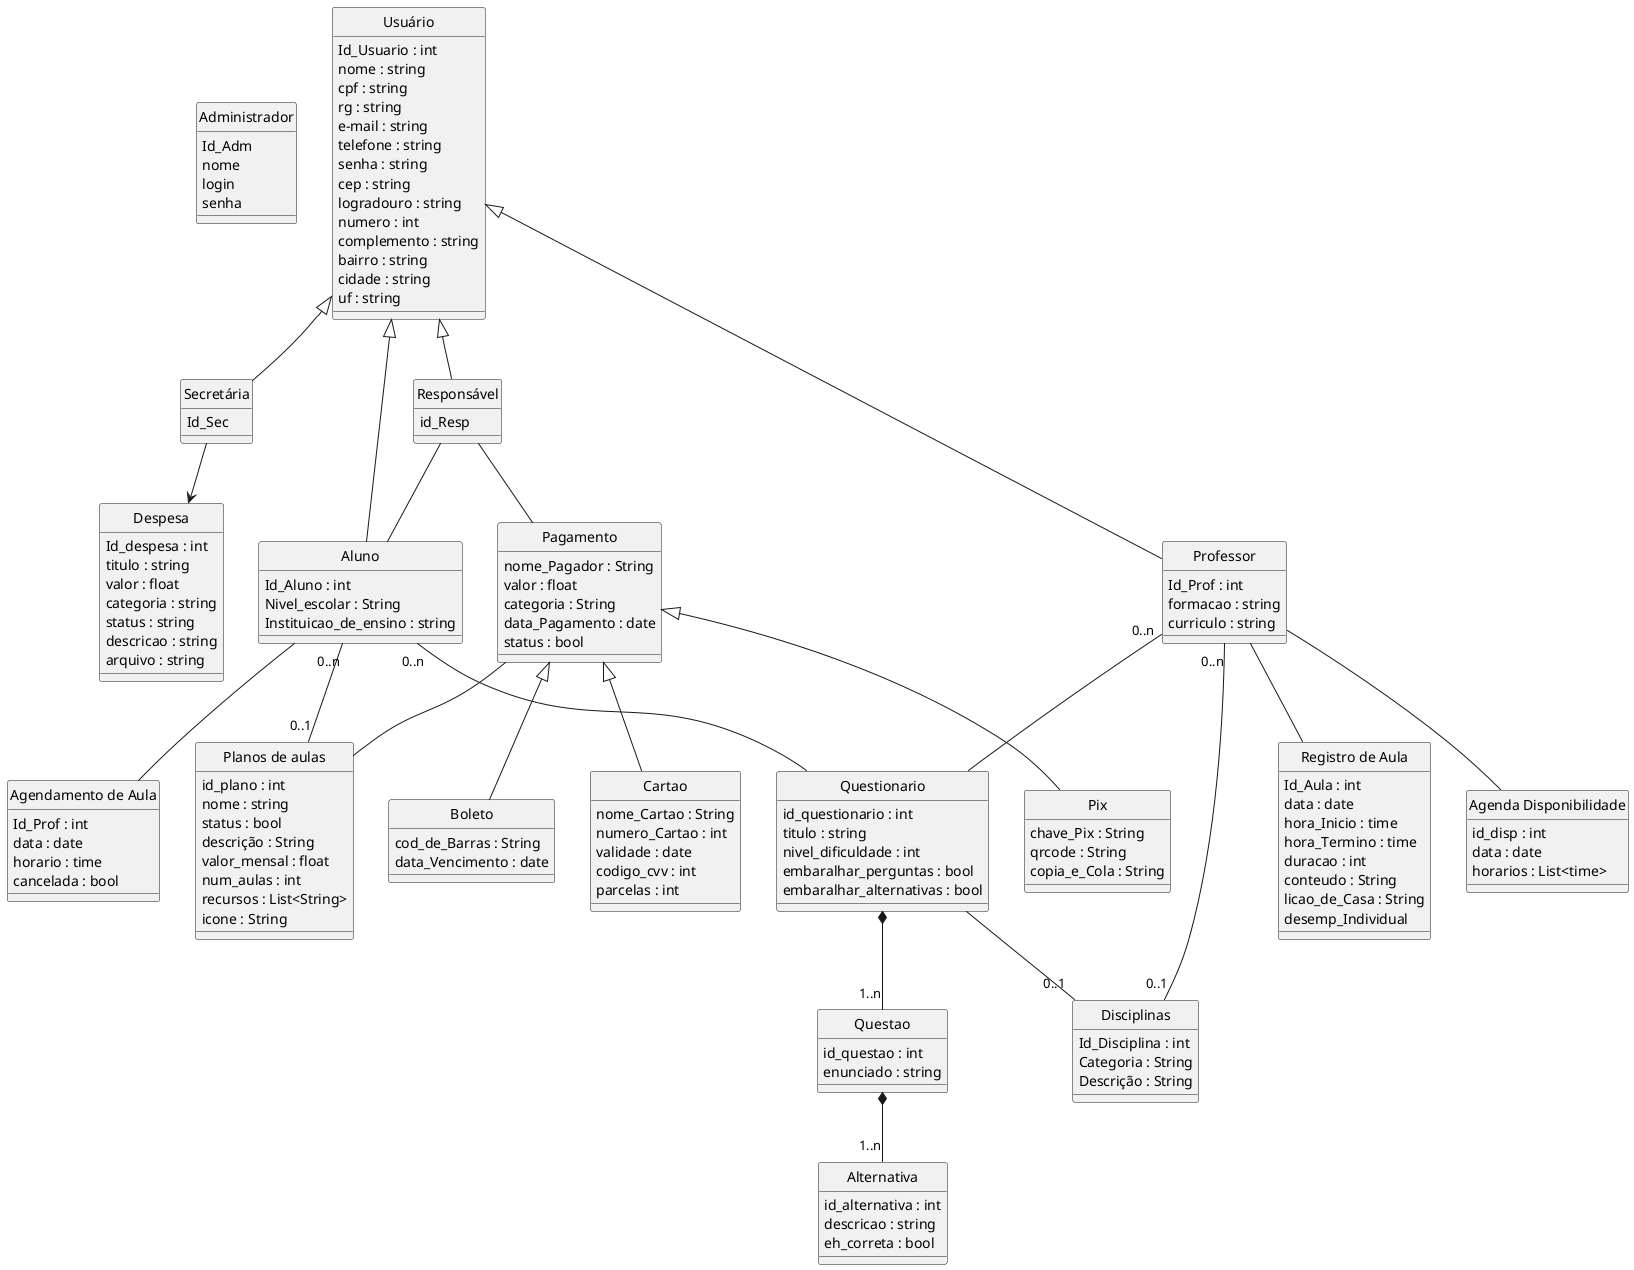
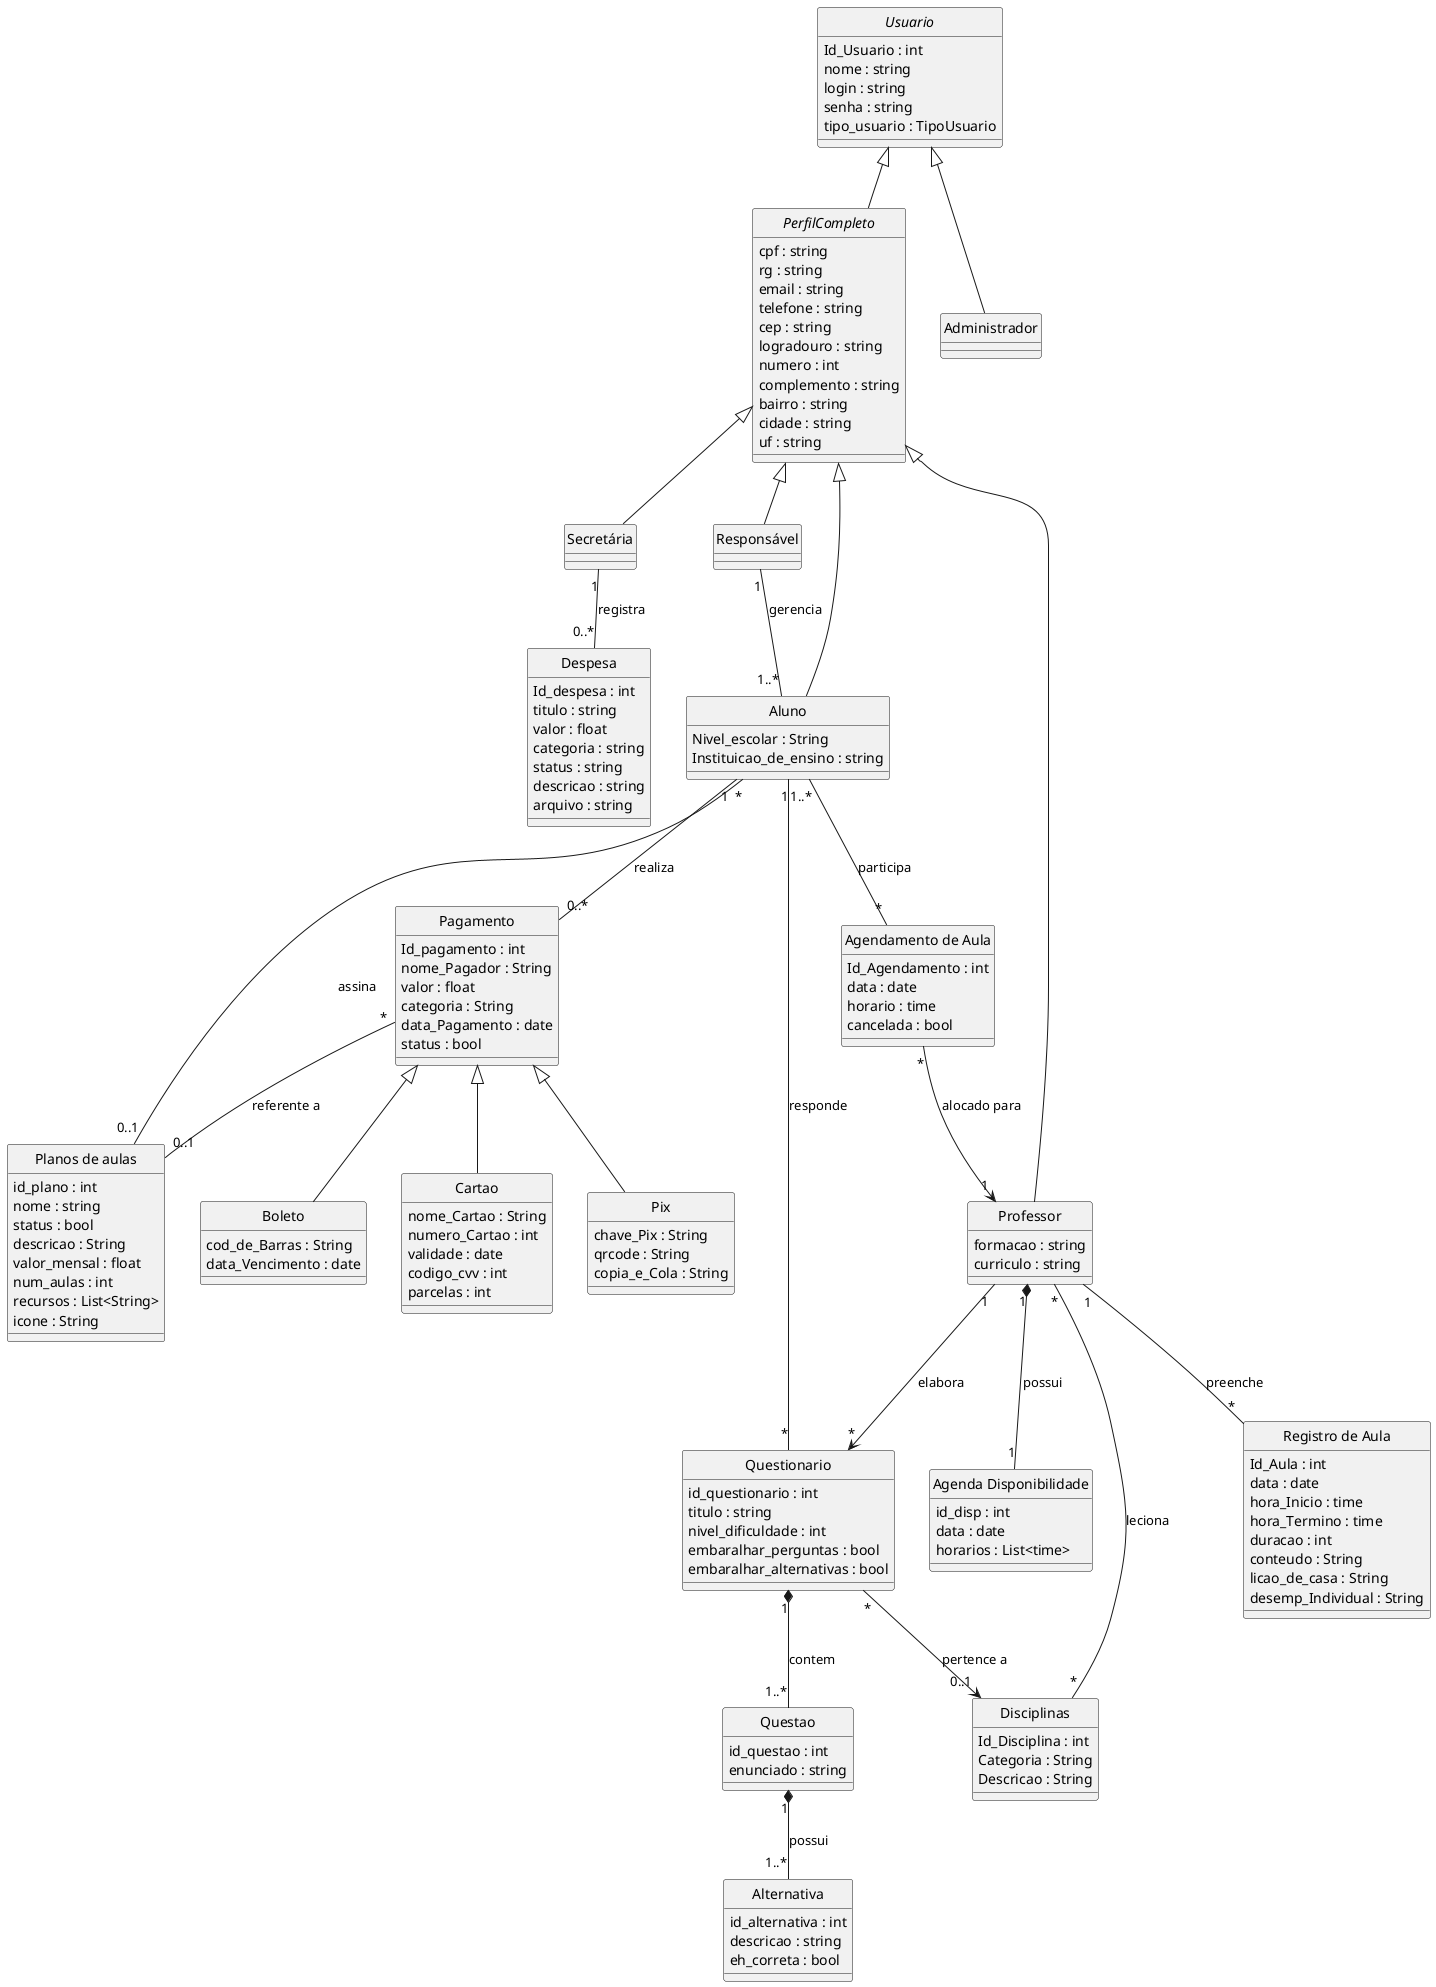
@startuml
- ' Configurações visuais opcionais para remover os ícones de (C)lass e deixar mais fiel ao seu desenho
skinparam classAttributeIconSize 0
hide circle

- class Administrador {
-   Id_Adm
-   nome
-   login
-   senha
+ ' Class Base de Autenticação - Comum a TODOS do sistema
+ abstract class Usuario {
+   Id_Usuario : int
+   nome : string
+   login : string
+   senha : string
+   tipo_usuario : TipoUsuario
}

- class Usuário {
-   Id_Usuario : int
-   nome : string
+ ' Classe Intermediária apenas para quem precisa de cadastro completo
+ abstract class PerfilCompleto {
  cpf : string
  rg : string
-   e-mail : string
+   email : string
  telefone : string
-   senha : string
  cep : string
  logradouro : string
  numero : int
  complemento : string
  bairro : string
  cidade : string
  uf : string
}

+ class Administrador {
+   ' Herda apenas ID, Nome, Login, Senha e TipoUsuario
+ }
+ 
class Secretária {
-   Id_Sec
+   ' Herda tudo de Usuario + PerfilCompleto
}

class Responsável {
-   id_Resp
+   ' Herda tudo de Usuario + PerfilCompleto
}

class Aluno {
-   Id_Aluno : int
  Nivel_escolar : String
  Instituicao_de_ensino : string
}

class Professor {
-   Id_Prof : int
  formacao : string
  curriculo : string
}

class "Registro de Aula" as RegistroDeAula {
  Id_Aula : int
  data : date
  hora_Inicio : time
  hora_Termino : time
  duracao : int
  conteudo : String
-   licao_de_Casa : String
-   desemp_Individual
+   licao_de_casa : String
+   desemp_Individual : String
}

class "Agenda Disponibilidade" as AgendaDisponibilidade {
  id_disp : int
  data : date
  horarios : List<time>
}

class Despesa {
  Id_despesa : int
  titulo : string
  valor : float
  categoria : string
  status : string
  descricao : string
  arquivo : string
}

class "Agendamento de Aula" as AgendamentoDeAula {
-   Id_Prof : int
+   Id_Agendamento : int
  data : date
  horario : time
  cancelada : bool
}

class Pagamento {
+   Id_pagamento : int
  nome_Pagador : String
  valor : float
  categoria : String
  data_Pagamento : date
  status : bool
}

class "Planos de aulas" as PlanosDeAulas {
  id_plano : int
  nome : string
  status : bool
-   descrição : String
+   descricao : String
  valor_mensal : float
  num_aulas : int
  recursos : List<String>
  icone : String
}

class Cartao {
  nome_Cartao : String
  numero_Cartao : int
  validade : date
  codigo_cvv : int
  parcelas : int
}

class Pix {
  chave_Pix : String
  qrcode : String
  copia_e_Cola : String
}

class Boleto {
  cod_de_Barras : String
  data_Vencimento : date
}

class Questionario {
  id_questionario : int
  titulo : string
  nivel_dificuldade : int
  embaralhar_perguntas : bool
  embaralhar_alternativas : bool
}

class Questao {
  id_questao : int
  enunciado : string
}

class Alternativa {
  id_alternativa : int
  descricao : string
  eh_correta : bool
}

class Disciplinas {
  Id_Disciplina : int
  Categoria : String
-   Descrição : String
+   Descricao : String
}

- ' === Heranças ===
- Usuário <|-- Secretária
- Usuário <|-- Responsável
- Usuário <|-- Aluno
- Usuário <|-- Professor
+ ' === Hierarquia de Herança Corrigida ===
+ Usuario <|-- Administrador
+ Usuario <|-- PerfilCompleto
+ 
+ PerfilCompleto <|-- Secretária
+ PerfilCompleto <|-- Responsável
+ PerfilCompleto <|-- Aluno
+ PerfilCompleto <|-- Professor

Pagamento <|-- Cartao
Pagamento <|-- Pix
Pagamento <|-- Boleto

' === Relacionamentos e Multiplicidades ===
- Secretária --> Despesa
+ Responsável "1" -- "1..*" Aluno : gerencia
+ Secretária "1" -- "0..*" Despesa : registra

- Responsável -- Aluno
- Responsável -- Pagamento
+ Aluno "1" -- "0..*" Pagamento : realiza
+ Aluno "*" -- "0..1" PlanosDeAulas : assina
+ Aluno "1..*" -- "*" AgendamentoDeAula : participa
+ Aluno "1" -- "*" Questionario : responde

- Pagamento -- PlanosDeAulas
+ Professor "1" -- "*" RegistroDeAula : preenche
+ Professor "1" *-- "1" AgendaDisponibilidade : possui
+ Professor "1" --> "*" Questionario : elabora
+ Professor "*" -- "*" Disciplinas : leciona

- Aluno -- AgendamentoDeAula
- Aluno "0..n" -- "0..1" PlanosDeAulas
- Aluno "0..n" -- Questionario
+ AgendamentoDeAula "*" --> "1" Professor : alocado para
+ Pagamento "*" -- "0..1" PlanosDeAulas : referente a

- Professor -- RegistroDeAula
- Professor -- AgendaDisponibilidade
- Professor "0..n" -- Questionario
- Professor "0..n" -- "0..1" Disciplinas
- 
- Questionario *-- "1..n" Questao
- Questao *-- "1..n" Alternativa
- Questionario -- "0..1" Disciplinas
+ Questionario "1" *-- "1..*" Questao : contem
+ Questao "1" *-- "1..*" Alternativa : possui
+ Questionario "*" --> "0..1" Disciplinas : pertence a

@enduml